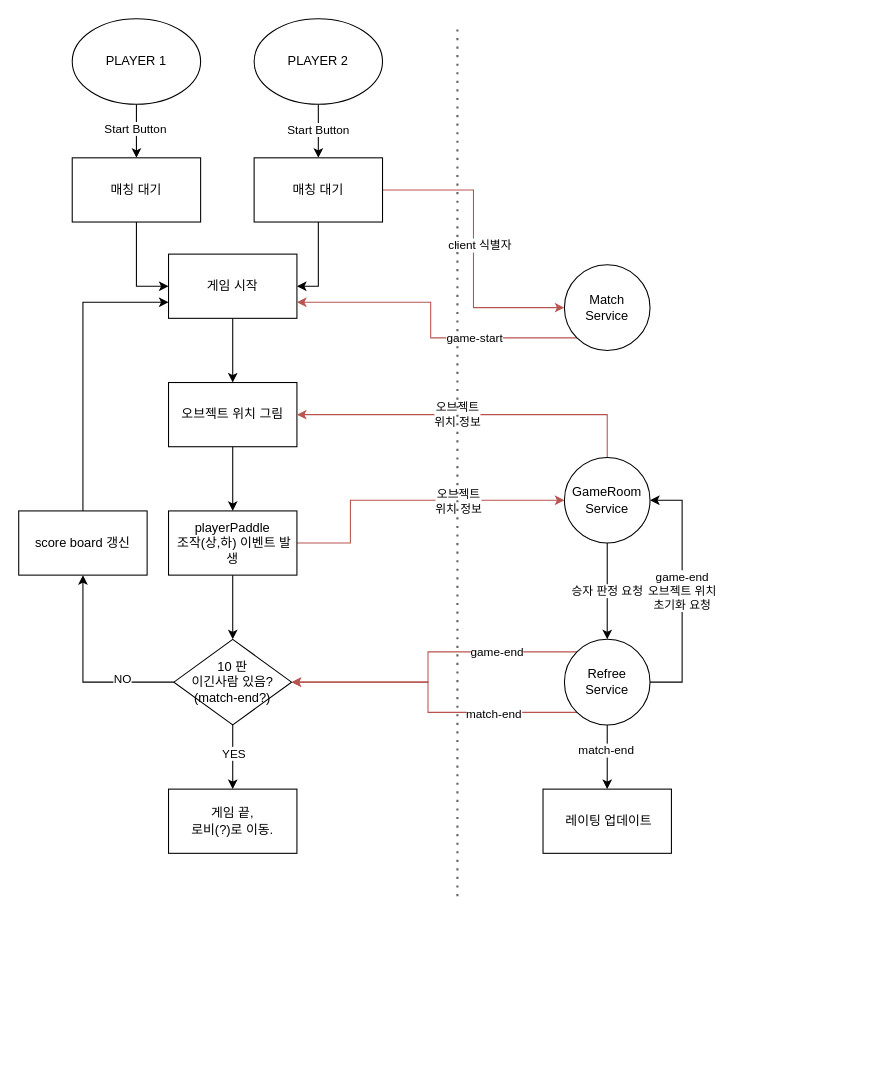
Above: page "Game logic flow" (2 of 2) of Untitled Diagram.drawio in GunGonGamLeeLee/ft_transcendence (draw.io), before the change. Source tidied: cells renumbered, new cells numbered last; positions are measured from the earlier drawing's top-left corner, leaving out a move shared by most shapes. Both pictures are drawn from the tidied source at 107%, with x=0, y=0 at pixel (18, 18).
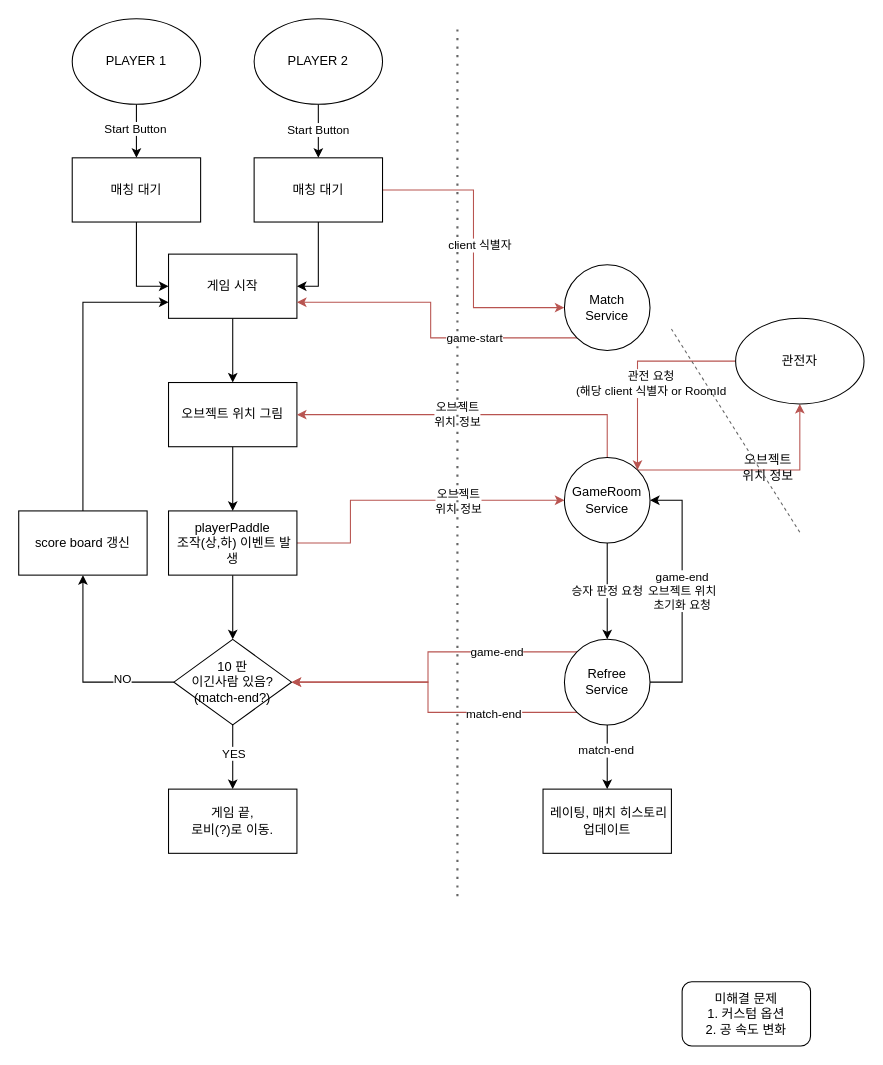
After the change.

The change refers to these unchanged cells:
```xml
<mxCell id="35" value="GameRoom&lt;br&gt;Service" style="ellipse;whiteSpace=wrap;html=1;" parent="1" vertex="1">
  <mxGeometry x="510" y="410" width="80" height="80" as="geometry" />
</mxCell>
```

Diff of the diagram source:
```diff
@@
+    <mxCell id="46" style="edgeStyle=orthogonalEdgeStyle;rounded=0;jettySize=auto;html=1;exitX=1;exitY=0;exitDx=0;exitDy=0;fillColor=#f8cecc;strokeColor=#b85450;" parent="1" edge="1" source="35" target="49">
+      <mxGeometry relative="1" as="geometry" />
+    </mxCell>
@@
-    <mxCell id="45" value="&amp;nbsp;레이팅 업데이트" style="rounded=0;whiteSpace=wrap;html=1;" parent="1" vertex="1">
+    <mxCell id="45" value="&amp;nbsp;레이팅, 매치 히스토리&lt;br&gt;업데이트" style="rounded=0;whiteSpace=wrap;html=1;" parent="1" vertex="1">
       <mxGeometry x="490" y="720" width="120" height="60" as="geometry" />
     </mxCell>
+    <mxCell id="47" style="edgeStyle=orthogonalEdgeStyle;rounded=0;jettySize=auto;html=1;exitX=0;exitY=0.5;exitDx=0;exitDy=0;entryX=1;entryY=0;entryDx=0;entryDy=0;fillColor=#f8cecc;strokeColor=#b85450;" parent="1" edge="1" source="49" target="35">
+      <mxGeometry relative="1" as="geometry" />
+    </mxCell>
+    <mxCell id="48" value="관전 요청&lt;br&gt;(해당 client 식별자 or RoomId" style="edgeLabel;html=1;align=center;verticalAlign=middle;" parent="47" vertex="1">
+      <mxGeometry x="0.19" y="-3" relative="1" as="geometry">
+        <mxPoint x="15" y="-3" as="offset" />
+      </mxGeometry>
+    </mxCell>
+    <mxCell id="49" value="관전자" style="ellipse;whiteSpace=wrap;html=1;" parent="1" vertex="1">
+      <mxGeometry x="670" y="280" width="120" height="80" as="geometry" />
+    </mxCell>
+    <mxCell id="50" value="오브젝트&lt;br&gt;위치 정보" style="text;html=1;align=center;verticalAlign=middle;strokeColor=none;fillColor=none;" parent="1" vertex="1">
+      <mxGeometry x="665" y="400" width="70" height="40" as="geometry" />
+    </mxCell>
+    <mxCell id="51" style="endArrow=none;dashed=1;html=1;rounded=0;fillColor=#f5f5f5;strokeColor=#666666;" parent="1" edge="1">
+      <mxGeometry relative="1" as="geometry">
+        <mxPoint x="730" y="480" as="sourcePoint" />
+        <mxPoint x="610" y="290" as="targetPoint" />
+      </mxGeometry>
+    </mxCell>
+    <mxCell id="52" value="미해결 문제&lt;br&gt;1. 커스텀 옵션&lt;br&gt;2. 공 속도 변화" style="rounded=1;whiteSpace=wrap;html=1;" parent="1" vertex="1">
+      <mxGeometry x="620" y="900" width="120" height="60" as="geometry" />
+    </mxCell>
```
